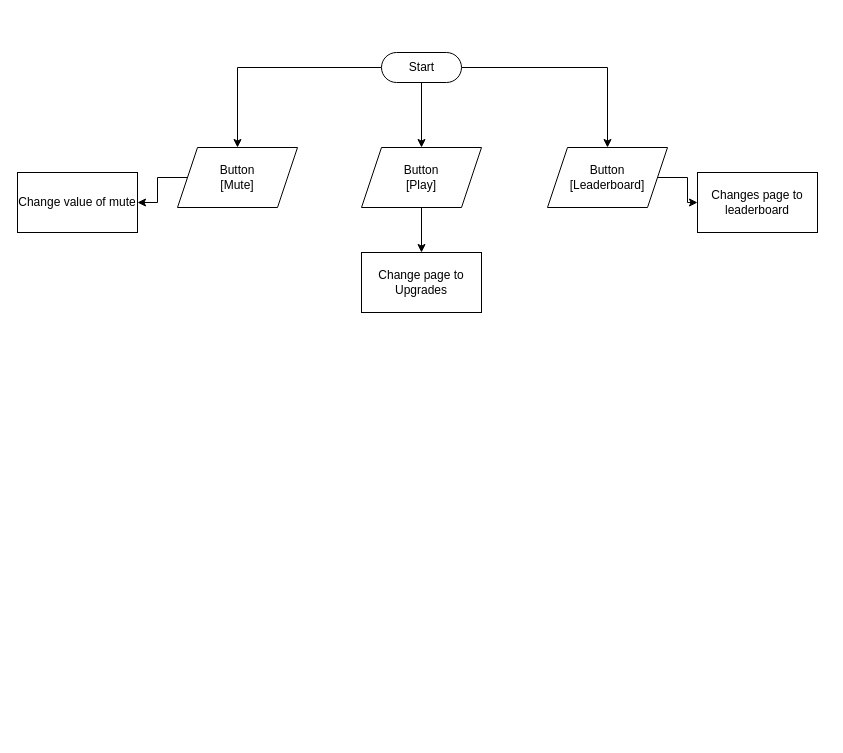
The draw.io diagram page "Home" (1 of 2) of Crab_1.drawio in DDU-Spiludviklingsprojektet/Spiludviklingsprojekt, before the edit. Source tidied: cells renumbered, new cells numbered last; positions are measured from the earlier drawing's top-left corner, leaving out a move shared by most shapes. Both pictures are drawn from the tidied source at 100%, with x=0, y=0 at pixel (17, 52).
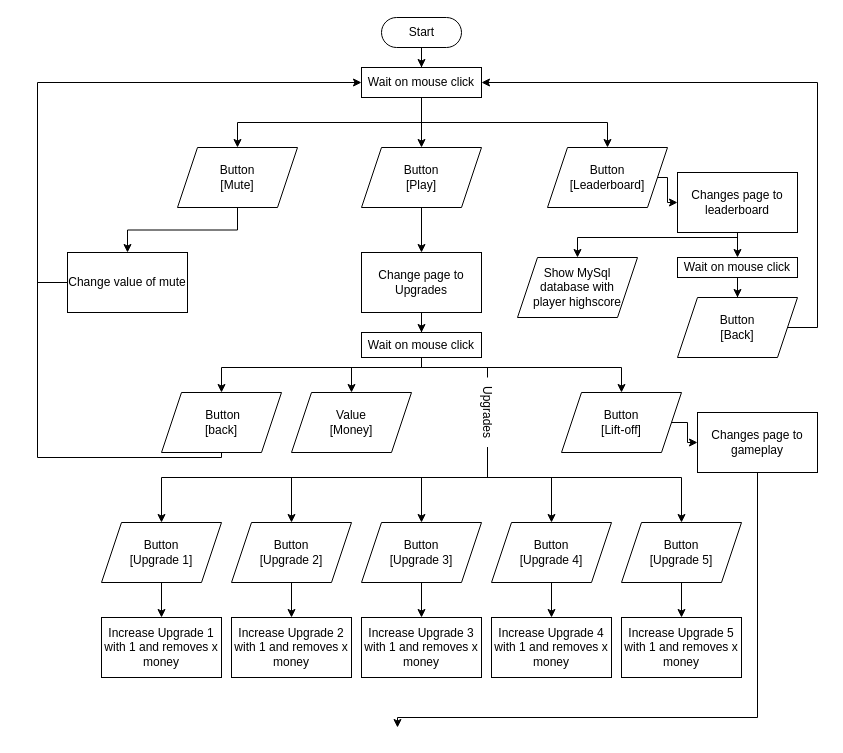
After the change.

The change refers to these unchanged cells:
```xml
<mxCell id="7" value="Button&lt;br&gt;[Play]" style="shape=parallelogram;perimeter=parallelogramPerimeter;whiteSpace=wrap;html=1;fixedSize=1;dashed=0;" parent="1" vertex="1">
  <mxGeometry x="344" y="95" width="120" height="60" as="geometry" />
</mxCell>
<mxCell id="9" value="Button&lt;br&gt;[Leaderboard]" style="shape=parallelogram;perimeter=parallelogramPerimeter;whiteSpace=wrap;html=1;fixedSize=1;" parent="1" vertex="1">
  <mxGeometry x="530" y="95" width="120" height="60" as="geometry" />
</mxCell>
<mxCell id="11" value="Button&lt;br&gt;[Mute]" style="shape=parallelogram;perimeter=parallelogramPerimeter;whiteSpace=wrap;html=1;fixedSize=1;" parent="1" vertex="1">
  <mxGeometry x="160" y="95" width="120" height="60" as="geometry" />
</mxCell>
<mxCell id="14" value="Change page to Upgrades" style="whiteSpace=wrap;html=1;dashed=0;" parent="1" vertex="1">
  <mxGeometry x="344" y="200" width="120" height="60" as="geometry" />
</mxCell>
```

Change to the diagram source:
```diff
@@
-    <mxCell id="2" style="edgeStyle=orthogonalEdgeStyle;rounded=0;jettySize=auto;html=1;" parent="1" edge="1" source="5" target="7">
-      <mxGeometry relative="1" as="geometry" />
-    </mxCell>
-    <mxCell id="3" style="edgeStyle=orthogonalEdgeStyle;rounded=0;jettySize=auto;html=1;" parent="1" edge="1" source="5" target="11">
-      <mxGeometry relative="1" as="geometry" />
-    </mxCell>
-    <mxCell id="4" style="edgeStyle=orthogonalEdgeStyle;rounded=0;jettySize=auto;html=1;" parent="1" edge="1" source="5" target="9">
-      <mxGeometry relative="1" as="geometry" />
-    </mxCell>
+    <mxCell id="15" style="edgeStyle=orthogonalEdgeStyle;rounded=0;jettySize=auto;html=1;" parent="1" edge="1" source="5" target="50">
+      <mxGeometry relative="1" as="geometry" />
+    </mxCell>
     <mxCell id="5" value="Start" style="html=1;dashed=0;whitespace=wrap;shape=mxgraph.dfd.start;" parent="1" vertex="1">
-      <mxGeometry x="364" width="80" height="30" as="geometry" />
+      <mxGeometry x="364" y="-35" width="80" height="30" as="geometry" />
     </mxCell>
@@
-    <mxCell id="8" style="edgeStyle=orthogonalEdgeStyle;rounded=0;jettySize=auto;html=1;" parent="1" edge="1" source="9" target="12">
-      <mxGeometry relative="1" as="geometry" />
+    <mxCell id="8" style="edgeStyle=orthogonalEdgeStyle;rounded=0;jettySize=auto;html=1;exitX=1;exitY=0.5;exitDx=0;exitDy=0;entryX=0;entryY=0.5;entryDx=0;entryDy=0;" parent="1" edge="1" source="9" target="12">
+      <mxGeometry relative="1" as="geometry">
+        <Array as="points">
+          <mxPoint x="650" y="125" />
+          <mxPoint x="650" y="150" />
+        </Array>
+      </mxGeometry>
     </mxCell>
@@
+    <mxCell id="16" style="edgeStyle=orthogonalEdgeStyle;rounded=0;jettySize=auto;html=1;" parent="1" edge="1" source="12" target="53">
+      <mxGeometry relative="1" as="geometry" />
+    </mxCell>
+    <mxCell id="17" style="edgeStyle=orthogonalEdgeStyle;rounded=0;jettySize=auto;html=1;exitX=0.5;exitY=1;exitDx=0;exitDy=0;entryX=0.5;entryY=0;entryDx=0;entryDy=0;" parent="1" edge="1" source="12" target="31">
+      <mxGeometry relative="1" as="geometry">
+        <Array as="points">
+          <mxPoint x="720" y="185" />
+          <mxPoint x="560" y="185" />
+        </Array>
+      </mxGeometry>
+    </mxCell>
     <mxCell id="12" value="Changes page to leaderboard" style="whiteSpace=wrap;html=1;" parent="1" vertex="1">
-      <mxGeometry x="680" y="120" width="120" height="60" as="geometry" />
+      <mxGeometry x="660" y="120" width="120" height="60" as="geometry" />
     </mxCell>
     <mxCell id="13" value="Change value of mute" style="whiteSpace=wrap;html=1;" parent="1" vertex="1">
-      <mxGeometry y="120" width="120" height="60" as="geometry" />
+      <mxGeometry x="50" y="200" width="120" height="60" as="geometry" />
     </mxCell>
+    <mxCell id="18" style="edgeStyle=orthogonalEdgeStyle;rounded=0;jettySize=auto;html=1;" parent="1" edge="1" source="14" target="59">
+      <mxGeometry relative="1" as="geometry" />
+    </mxCell>
@@
+    <mxCell id="19" style="edgeStyle=orthogonalEdgeStyle;rounded=0;jettySize=auto;html=1;" parent="1" edge="1" target="33">
+      <mxGeometry relative="1" as="geometry">
+        <mxPoint x="470" y="395" as="sourcePoint" />
+        <Array as="points">
+          <mxPoint x="470" y="400" />
+          <mxPoint x="470" y="425" />
+          <mxPoint x="404" y="425" />
+        </Array>
+      </mxGeometry>
+    </mxCell>
+    <mxCell id="20" style="edgeStyle=orthogonalEdgeStyle;rounded=0;jettySize=auto;html=1;entryX=0.5;entryY=0;entryDx=0;entryDy=0;" parent="1" edge="1" target="39">
+      <mxGeometry relative="1" as="geometry">
+        <mxPoint x="470" y="395" as="sourcePoint" />
+        <Array as="points">
+          <mxPoint x="470" y="400" />
+          <mxPoint x="470" y="425" />
+          <mxPoint x="534" y="425" />
+        </Array>
+      </mxGeometry>
+    </mxCell>
+    <mxCell id="21" style="edgeStyle=orthogonalEdgeStyle;rounded=0;jettySize=auto;html=1;entryX=0.5;entryY=0;entryDx=0;entryDy=0;" parent="1" edge="1" target="41">
+      <mxGeometry relative="1" as="geometry">
+        <mxPoint x="470" y="395" as="sourcePoint" />
+        <Array as="points">
+          <mxPoint x="470" y="400" />
+          <mxPoint x="470" y="425" />
+          <mxPoint x="664" y="425" />
+        </Array>
+      </mxGeometry>
+    </mxCell>
+    <mxCell id="22" style="edgeStyle=orthogonalEdgeStyle;rounded=0;jettySize=auto;html=1;" parent="1" edge="1" target="35">
+      <mxGeometry relative="1" as="geometry">
+        <mxPoint x="470" y="405" as="sourcePoint" />
+        <Array as="points">
+          <mxPoint x="470" y="400" />
+          <mxPoint x="470" y="425" />
+          <mxPoint x="274" y="425" />
+        </Array>
+      </mxGeometry>
+    </mxCell>
+    <mxCell id="23" style="edgeStyle=orthogonalEdgeStyle;rounded=0;jettySize=auto;html=1;exitX=1;exitY=0.5;exitDx=0;exitDy=0;" parent="1" edge="1" target="37">
+      <mxGeometry relative="1" as="geometry">
+        <mxPoint x="470" y="395" as="sourcePoint" />
+        <Array as="points">
+          <mxPoint x="470" y="425" />
+          <mxPoint x="144" y="425" />
+        </Array>
+      </mxGeometry>
+    </mxCell>
+    <mxCell id="24" value="Value&lt;br&gt;[Money]" style="shape=parallelogram;perimeter=parallelogramPerimeter;whiteSpace=wrap;html=1;fixedSize=1;dashed=0;" parent="1" vertex="1">
+      <mxGeometry x="274" y="340" width="120" height="60" as="geometry" />
+    </mxCell>
+    <mxCell id="25" style="edgeStyle=orthogonalEdgeStyle;rounded=0;jettySize=auto;html=1;" parent="1" edge="1" source="26" target="30">
+      <mxGeometry relative="1" as="geometry">
+        <Array as="points">
+          <mxPoint x="670" y="370" />
+          <mxPoint x="670" y="390" />
+        </Array>
+      </mxGeometry>
+    </mxCell>
+    <mxCell id="26" value="Button&lt;br&gt;[Lift-off]" style="shape=parallelogram;perimeter=parallelogramPerimeter;whiteSpace=wrap;html=1;fixedSize=1;dashed=0;" parent="1" vertex="1">
+      <mxGeometry x="544" y="340" width="120" height="60" as="geometry" />
+    </mxCell>
+    <mxCell id="27" style="edgeStyle=orthogonalEdgeStyle;rounded=0;jettySize=auto;html=1;exitX=0.5;exitY=1;exitDx=0;exitDy=0;entryX=0;entryY=0.5;entryDx=0;entryDy=0;" parent="1" edge="1" source="28" target="50">
+      <mxGeometry relative="1" as="geometry">
+        <Array as="points">
+          <mxPoint x="204" y="405" />
+          <mxPoint x="20" y="405" />
+          <mxPoint x="20" y="30" />
+        </Array>
+      </mxGeometry>
+    </mxCell>
+    <mxCell id="28" value="&amp;nbsp;Button&lt;br&gt;[back]" style="shape=parallelogram;perimeter=parallelogramPerimeter;whiteSpace=wrap;html=1;fixedSize=1;dashed=0;" parent="1" vertex="1">
+      <mxGeometry x="144" y="340" width="120" height="60" as="geometry" />
+    </mxCell>
+    <mxCell id="29" style="edgeStyle=orthogonalEdgeStyle;rounded=0;jettySize=auto;html=1;exitX=0.5;exitY=1;exitDx=0;exitDy=0;" parent="1" edge="1" source="30">
+      <mxGeometry relative="1" as="geometry">
+        <mxPoint x="380" y="675" as="targetPoint" />
+        <Array as="points">
+          <mxPoint x="740" y="665" />
+          <mxPoint x="380" y="665" />
+        </Array>
+      </mxGeometry>
+    </mxCell>
+    <mxCell id="30" value="Changes page to gameplay" style="whiteSpace=wrap;html=1;dashed=0;" parent="1" vertex="1">
+      <mxGeometry x="680" y="360" width="120" height="60" as="geometry" />
+    </mxCell>
+    <mxCell id="31" value="Show MySql database with&lt;br&gt;player highscore" style="shape=parallelogram;perimeter=parallelogramPerimeter;whiteSpace=wrap;html=1;fixedSize=1;" parent="1" vertex="1">
+      <mxGeometry x="500" y="205" width="120" height="60" as="geometry" />
+    </mxCell>
+    <mxCell id="32" style="edgeStyle=orthogonalEdgeStyle;rounded=0;jettySize=auto;html=1;" parent="1" edge="1" source="33" target="44">
+      <mxGeometry relative="1" as="geometry" />
+    </mxCell>
+    <mxCell id="33" value="Button&lt;br&gt;[Upgrade 3]" style="shape=parallelogram;perimeter=parallelogramPerimeter;whiteSpace=wrap;html=1;fixedSize=1;" parent="1" vertex="1">
+      <mxGeometry x="344" y="470" width="120" height="60" as="geometry" />
+    </mxCell>
+    <mxCell id="34" style="edgeStyle=orthogonalEdgeStyle;rounded=0;jettySize=auto;html=1;" parent="1" edge="1" source="35" target="43">
+      <mxGeometry relative="1" as="geometry" />
+    </mxCell>
+    <mxCell id="35" value="Button&lt;br&gt;[Upgrade 2]" style="shape=parallelogram;perimeter=parallelogramPerimeter;whiteSpace=wrap;html=1;fixedSize=1;" parent="1" vertex="1">
+      <mxGeometry x="214" y="470" width="120" height="60" as="geometry" />
+    </mxCell>
+    <mxCell id="36" style="edgeStyle=orthogonalEdgeStyle;rounded=0;jettySize=auto;html=1;" parent="1" edge="1" source="37" target="42">
+      <mxGeometry relative="1" as="geometry" />
+    </mxCell>
+    <mxCell id="37" value="Button&lt;br&gt;[Upgrade 1]" style="shape=parallelogram;perimeter=parallelogramPerimeter;whiteSpace=wrap;html=1;fixedSize=1;" parent="1" vertex="1">
+      <mxGeometry x="84" y="470" width="120" height="60" as="geometry" />
+    </mxCell>
+    <mxCell id="38" style="edgeStyle=orthogonalEdgeStyle;rounded=0;jettySize=auto;html=1;" parent="1" edge="1" source="39" target="45">
+      <mxGeometry relative="1" as="geometry" />
+    </mxCell>
+    <mxCell id="39" value="Button&lt;br&gt;[Upgrade 4]" style="shape=parallelogram;perimeter=parallelogramPerimeter;whiteSpace=wrap;html=1;fixedSize=1;" parent="1" vertex="1">
+      <mxGeometry x="474" y="470" width="120" height="60" as="geometry" />
+    </mxCell>
+    <mxCell id="40" style="edgeStyle=orthogonalEdgeStyle;rounded=0;jettySize=auto;html=1;" parent="1" edge="1" source="41" target="46">
+      <mxGeometry relative="1" as="geometry" />
+    </mxCell>
+    <mxCell id="41" value="Button&lt;br&gt;[Upgrade 5]" style="shape=parallelogram;perimeter=parallelogramPerimeter;whiteSpace=wrap;html=1;fixedSize=1;" parent="1" vertex="1">
+      <mxGeometry x="604" y="470" width="120" height="60" as="geometry" />
+    </mxCell>
+    <mxCell id="42" value="Increase Upgrade 1 with 1 and removes x money" style="whiteSpace=wrap;html=1;" parent="1" vertex="1">
+      <mxGeometry x="84" y="565" width="120" height="60" as="geometry" />
+    </mxCell>
+    <mxCell id="43" value="Increase Upgrade 2 with 1 and removes x money" style="whiteSpace=wrap;html=1;" parent="1" vertex="1">
+      <mxGeometry x="214" y="565" width="120" height="60" as="geometry" />
+    </mxCell>
+    <mxCell id="44" value="Increase Upgrade 3 with 1 and removes x money" style="whiteSpace=wrap;html=1;" parent="1" vertex="1">
+      <mxGeometry x="344" y="565" width="120" height="60" as="geometry" />
+    </mxCell>
+    <mxCell id="45" value="Increase Upgrade 4 with 1 and removes x money" style="whiteSpace=wrap;html=1;" parent="1" vertex="1">
+      <mxGeometry x="474" y="565" width="120" height="60" as="geometry" />
+    </mxCell>
+    <mxCell id="46" value="Increase Upgrade 5 with 1 and removes x money" style="whiteSpace=wrap;html=1;" parent="1" vertex="1">
+      <mxGeometry x="604" y="565" width="120" height="60" as="geometry" />
+    </mxCell>
+    <mxCell id="47" style="edgeStyle=orthogonalEdgeStyle;rounded=0;jettySize=auto;html=1;exitX=0.5;exitY=1;exitDx=0;exitDy=0;entryX=0.5;entryY=0;entryDx=0;entryDy=0;" parent="1" edge="1" source="50" target="7">
+      <mxGeometry relative="1" as="geometry" />
+    </mxCell>
+    <mxCell id="48" style="edgeStyle=orthogonalEdgeStyle;rounded=0;jettySize=auto;html=1;exitX=0.5;exitY=1;exitDx=0;exitDy=0;" parent="1" edge="1" source="50" target="11">
+      <mxGeometry relative="1" as="geometry" />
+    </mxCell>
+    <mxCell id="49" style="edgeStyle=orthogonalEdgeStyle;rounded=0;jettySize=auto;html=1;exitX=0.5;exitY=1;exitDx=0;exitDy=0;" parent="1" edge="1" source="50" target="9">
+      <mxGeometry relative="1" as="geometry" />
+    </mxCell>
+    <mxCell id="50" value="Wait on mouse click" style="whiteSpace=wrap;html=1;dashed=0;" parent="1" vertex="1">
+      <mxGeometry x="344" y="15" width="120" height="30" as="geometry" />
+    </mxCell>
+    <mxCell id="51" style="endArrow=none;html=1;rounded=0;exitX=0;exitY=0.5;exitDx=0;exitDy=0;" parent="1" edge="1" source="13">
+      <mxGeometry relative="1" as="geometry">
+        <mxPoint x="20" y="230" as="targetPoint" />
+      </mxGeometry>
+    </mxCell>
+    <mxCell id="52" style="edgeStyle=orthogonalEdgeStyle;rounded=0;jettySize=auto;html=1;" parent="1" edge="1" source="53" target="55">
+      <mxGeometry relative="1" as="geometry" />
+    </mxCell>
+    <mxCell id="53" value="Wait on mouse click" style="whiteSpace=wrap;html=1;" parent="1" vertex="1">
+      <mxGeometry x="660" y="205" width="120" height="20" as="geometry" />
+    </mxCell>
+    <mxCell id="54" style="edgeStyle=orthogonalEdgeStyle;rounded=0;jettySize=auto;html=1;exitX=1;exitY=0.5;exitDx=0;exitDy=0;entryX=1;entryY=0.5;entryDx=0;entryDy=0;" parent="1" edge="1" source="55" target="50">
+      <mxGeometry relative="1" as="geometry">
+        <Array as="points">
+          <mxPoint x="800" y="275" />
+          <mxPoint x="800" y="30" />
+        </Array>
+      </mxGeometry>
+    </mxCell>
+    <mxCell id="55" value="Button&lt;br&gt;[Back]" style="shape=parallelogram;perimeter=parallelogramPerimeter;whiteSpace=wrap;html=1;fixedSize=1;" parent="1" vertex="1">
+      <mxGeometry x="660" y="245" width="120" height="60" as="geometry" />
+    </mxCell>
+    <mxCell id="56" style="edgeStyle=orthogonalEdgeStyle;rounded=0;jettySize=auto;html=1;exitX=0.5;exitY=1;exitDx=0;exitDy=0;" parent="1" edge="1" source="59" target="28">
+      <mxGeometry relative="1" as="geometry">
+        <Array as="points">
+          <mxPoint x="404" y="315" />
+          <mxPoint x="204" y="315" />
+        </Array>
+      </mxGeometry>
+    </mxCell>
+    <mxCell id="57" style="edgeStyle=orthogonalEdgeStyle;rounded=0;jettySize=auto;html=1;exitX=0.5;exitY=1;exitDx=0;exitDy=0;entryX=0.5;entryY=0;entryDx=0;entryDy=0;" parent="1" edge="1" source="59" target="24">
+      <mxGeometry relative="1" as="geometry">
+        <Array as="points">
+          <mxPoint x="404" y="315" />
+          <mxPoint x="334" y="315" />
+        </Array>
+      </mxGeometry>
+    </mxCell>
+    <mxCell id="58" style="edgeStyle=orthogonalEdgeStyle;rounded=0;jettySize=auto;html=1;exitX=0.5;exitY=1;exitDx=0;exitDy=0;entryX=0.5;entryY=0;entryDx=0;entryDy=0;" parent="1" edge="1" source="59" target="26">
+      <mxGeometry relative="1" as="geometry">
+        <Array as="points">
+          <mxPoint x="404" y="315" />
+          <mxPoint x="604" y="315" />
+        </Array>
+      </mxGeometry>
+    </mxCell>
+    <mxCell id="59" value="Wait on mouse click" style="whiteSpace=wrap;html=1;dashed=0;" parent="1" vertex="1">
+      <mxGeometry x="344" y="280" width="120" height="25" as="geometry" />
+    </mxCell>
+    <mxCell id="60" style="endArrow=none;html=1;rounded=0;startArrow=none;" parent="1" edge="1">
+      <mxGeometry relative="1" as="geometry">
+        <mxPoint x="470" y="325" as="sourcePoint" />
+        <mxPoint x="470" y="315" as="targetPoint" />
+      </mxGeometry>
+    </mxCell>
+    <mxCell id="61" style="endArrow=none;html=1;rounded=0;" parent="1" edge="1">
+      <mxGeometry relative="1" as="geometry">
+        <mxPoint x="470" y="405" as="sourcePoint" />
+        <mxPoint x="470" y="395" as="targetPoint" />
+      </mxGeometry>
+    </mxCell>
+    <mxCell id="62" value="Upgrades" style="text;html=1;strokeColor=none;fillColor=none;align=center;verticalAlign=middle;whiteSpace=wrap;rounded=0;rotation=90;" parent="1" vertex="1">
+      <mxGeometry x="440" y="345" width="60" height="30" as="geometry" />
+    </mxCell>
```
